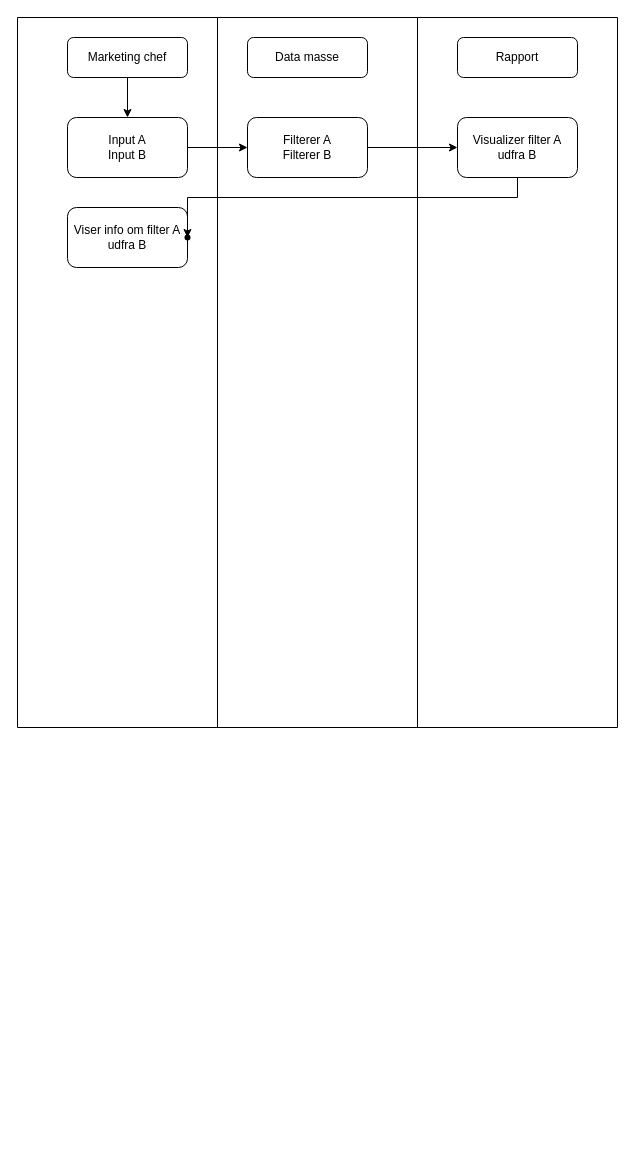
Earlier version of the draw.io diagram Untitled Diagram.drawio (TeisBajs/SoftwareKonstruktion). Source tidied: cells renumbered, new cells numbered last; positions are measured from the earlier drawing's top-left corner, leaving out a move shared by most shapes. Both pictures are drawn from the tidied source at 100%, with x=0, y=0 at pixel (17, 17).
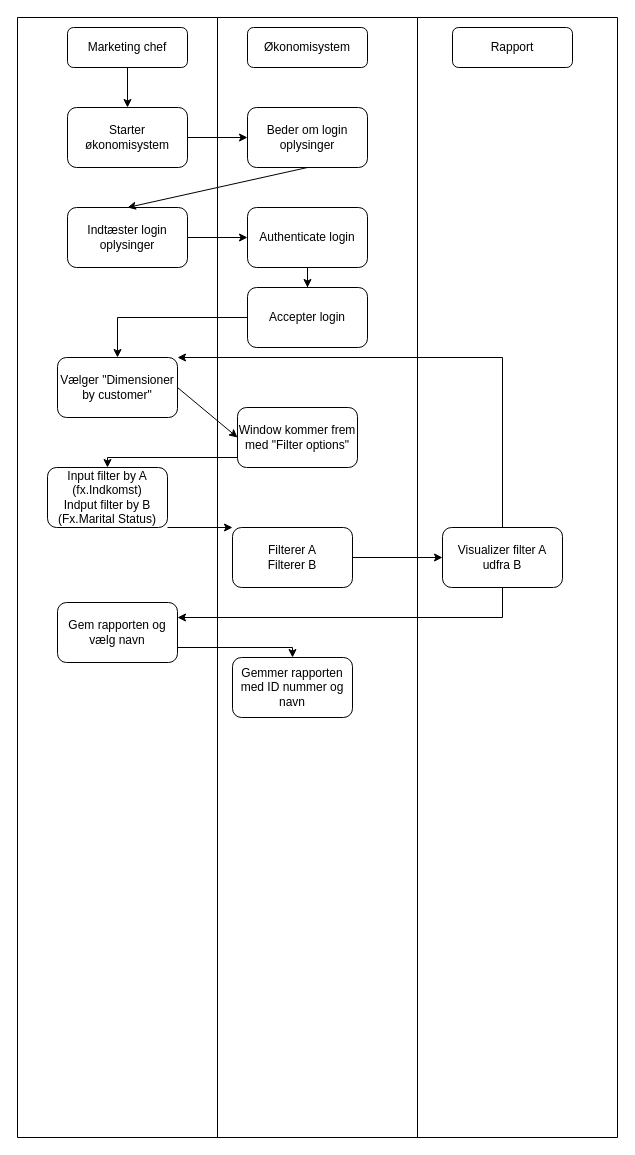
Above is the later version.

The edit, as a diff of the source:
```diff
@@
     <mxCell id="2" style="swimlane;startSize=0;" parent="1" vertex="1">
-      <mxGeometry width="200" height="710" as="geometry" />
+      <mxGeometry width="200" height="1120" as="geometry" />
     </mxCell>
-    <mxCell id="3" style="edgeStyle=orthogonalEdgeStyle;rounded=0;jettySize=auto;html=1;" parent="2" edge="1" source="4" target="5">
-      <mxGeometry relative="1" as="geometry" />
-    </mxCell>
+    <mxCell id="17" style="edgeStyle=orthogonalEdgeStyle;rounded=0;jettySize=auto;html=1;" parent="2" edge="1" source="4" target="18">
+      <mxGeometry relative="1" as="geometry" />
+    </mxCell>
     <mxCell id="4" value="Marketing chef" style="rounded=1;whiteSpace=wrap;html=1;fontSize=12;glass=0;strokeWidth=1;shadow=0;" parent="2" vertex="1">
-      <mxGeometry x="50" y="20" width="120" height="40" as="geometry" />
+      <mxGeometry x="50" y="10" width="120" height="40" as="geometry" />
     </mxCell>
-    <mxCell id="5" value="Input A&lt;br&gt;Input B" style="rounded=1;whiteSpace=wrap;html=1;" parent="2" vertex="1">
-      <mxGeometry x="50" y="100" width="120" height="60" as="geometry" />
+    <mxCell id="5" value="Input filter by A (fx.Indkomst)&lt;br&gt;Indput filter by B (Fx.Marital Status)" style="rounded=1;whiteSpace=wrap;html=1;" parent="2" vertex="1">
+      <mxGeometry x="30" y="450" width="120" height="60" as="geometry" />
     </mxCell>
-    <mxCell id="6" value="Viser info om filter A udfra B" style="rounded=1;whiteSpace=wrap;html=1;" parent="2" vertex="1">
-      <mxGeometry x="50" y="190" width="120" height="60" as="geometry" />
-    </mxCell>
+    <mxCell id="18" value="Starter økonomisystem" style="rounded=1;whiteSpace=wrap;html=1;" parent="2" vertex="1">
+      <mxGeometry x="50" y="90" width="120" height="60" as="geometry" />
+    </mxCell>
+    <mxCell id="19" value="Indtæster login oplysinger" style="rounded=1;whiteSpace=wrap;html=1;" parent="2" vertex="1">
+      <mxGeometry x="50" y="190" width="120" height="60" as="geometry" />
+    </mxCell>
+    <mxCell id="20" value="Vælger &quot;Dimensioner by customer&quot;" style="whiteSpace=wrap;html=1;rounded=1;" parent="2" vertex="1">
+      <mxGeometry x="40" y="340" width="120" height="60" as="geometry" />
+    </mxCell>
+    <mxCell id="21" value="Gem rapporten og vælg navn" style="rounded=1;whiteSpace=wrap;html=1;" parent="2" vertex="1">
+      <mxGeometry x="40" y="585" width="120" height="60" as="geometry" />
+    </mxCell>
     <mxCell id="7" style="swimlane;startSize=0;" parent="1" vertex="1">
-      <mxGeometry x="400" width="200" height="710" as="geometry" />
+      <mxGeometry x="400" width="200" height="1120" as="geometry" />
     </mxCell>
     <mxCell id="8" value="Rapport" style="rounded=1;whiteSpace=wrap;html=1;fontSize=12;glass=0;strokeWidth=1;shadow=0;" parent="7" vertex="1">
-      <mxGeometry x="40" y="20" width="120" height="40" as="geometry" />
+      <mxGeometry x="35" y="10" width="120" height="40" as="geometry" />
     </mxCell>
     <mxCell id="9" value="Visualizer filter A udfra B" style="rounded=1;whiteSpace=wrap;html=1;" parent="7" vertex="1">
-      <mxGeometry x="40" y="100" width="120" height="60" as="geometry" />
+      <mxGeometry x="25" y="510" width="120" height="60" as="geometry" />
     </mxCell>
-    <mxCell id="10" value="Data masse" style="rounded=1;whiteSpace=wrap;html=1;fontSize=12;glass=0;strokeWidth=1;shadow=0;" parent="1" vertex="1">
-      <mxGeometry x="230" y="20" width="120" height="40" as="geometry" />
-    </mxCell>
     <mxCell id="11" style="swimlane;startSize=0;" parent="1" vertex="1">
-      <mxGeometry x="200" width="200" height="710" as="geometry" />
+      <mxGeometry x="200" width="200" height="1120" as="geometry" />
     </mxCell>
     <mxCell id="12" value="Filterer A&lt;br&gt;Filterer B" style="rounded=1;whiteSpace=wrap;html=1;" parent="11" vertex="1">
-      <mxGeometry x="30" y="100" width="120" height="60" as="geometry" />
+      <mxGeometry x="15" y="510" width="120" height="60" as="geometry" />
     </mxCell>
+    <mxCell id="22" value="Beder om login oplysinger" style="rounded=1;whiteSpace=wrap;html=1;" parent="11" vertex="1">
+      <mxGeometry x="30" y="90" width="120" height="60" as="geometry" />
+    </mxCell>
+    <mxCell id="23" value="Authenticate login" style="rounded=1;whiteSpace=wrap;html=1;" parent="11" vertex="1">
+      <mxGeometry x="30" y="190" width="120" height="60" as="geometry" />
+    </mxCell>
+    <mxCell id="10" value="Økonomisystem" style="rounded=1;whiteSpace=wrap;html=1;fontSize=12;glass=0;strokeWidth=1;shadow=0;" parent="11" vertex="1">
+      <mxGeometry x="30" y="10" width="120" height="40" as="geometry" />
+    </mxCell>
+    <mxCell id="24" value="Accepter login" style="whiteSpace=wrap;html=1;rounded=1;" parent="11" vertex="1">
+      <mxGeometry x="30" y="270" width="120" height="60" as="geometry" />
+    </mxCell>
+    <mxCell id="25" style="edgeStyle=orthogonalEdgeStyle;rounded=0;jettySize=auto;html=1;" parent="11" edge="1" source="23" target="24">
+      <mxGeometry relative="1" as="geometry" />
+    </mxCell>
+    <mxCell id="26" value="Window kommer frem med &quot;Filter options&quot;" style="whiteSpace=wrap;html=1;rounded=1;" parent="11" vertex="1">
+      <mxGeometry x="20" y="390" width="120" height="60" as="geometry" />
+    </mxCell>
+    <mxCell id="27" value="Gemmer rapporten med ID nummer og navn" style="rounded=1;whiteSpace=wrap;html=1;" parent="11" vertex="1">
+      <mxGeometry x="15" y="640" width="120" height="60" as="geometry" />
+    </mxCell>
+    <mxCell id="14" style="edgeStyle=orthogonalEdgeStyle;rounded=0;jettySize=auto;html=1;" parent="1" edge="1" source="12" target="9">
+      <mxGeometry relative="1" as="geometry" />
+    </mxCell>
+    <mxCell id="16" style="edgeStyle=orthogonalEdgeStyle;rounded=0;jettySize=auto;html=1;exitX=0.5;exitY=0;exitDx=0;exitDy=0;entryX=1;entryY=0;entryDx=0;entryDy=0;" parent="1" edge="1" source="9" target="20">
+      <mxGeometry relative="1" as="geometry">
+        <Array as="points">
+          <mxPoint x="485" y="340" />
+        </Array>
+      </mxGeometry>
+    </mxCell>
+    <mxCell id="28" style="edgeStyle=orthogonalEdgeStyle;rounded=0;jettySize=auto;html=1;" parent="1" edge="1" source="18" target="22">
+      <mxGeometry relative="1" as="geometry" />
+    </mxCell>
+    <mxCell id="29" style="endArrow=classic;html=1;rounded=0;entryX=0.5;entryY=0;entryDx=0;entryDy=0;exitX=0.5;exitY=1;exitDx=0;exitDy=0;" parent="1" edge="1" source="22" target="19">
+      <mxGeometry relative="1" as="geometry" />
+    </mxCell>
+    <mxCell id="30" style="edgeStyle=orthogonalEdgeStyle;rounded=0;jettySize=auto;html=1;" parent="1" edge="1" source="19" target="23">
+      <mxGeometry relative="1" as="geometry" />
+    </mxCell>
+    <mxCell id="31" style="edgeStyle=orthogonalEdgeStyle;rounded=0;jettySize=auto;html=1;" parent="1" edge="1" source="24" target="20">
+      <mxGeometry relative="1" as="geometry" />
+    </mxCell>
-    <mxCell id="13" style="edgeStyle=orthogonalEdgeStyle;rounded=0;jettySize=auto;html=1;" parent="1" edge="1" source="5" target="12">
+    <mxCell id="13" style="endArrow=classic;html=1;rounded=0;exitX=1;exitY=1;exitDx=0;exitDy=0;entryX=0;entryY=0;entryDx=0;entryDy=0;" parent="1" edge="1" source="5" target="12">
       <mxGeometry relative="1" as="geometry" />
     </mxCell>
-    <mxCell id="14" style="edgeStyle=orthogonalEdgeStyle;rounded=0;jettySize=auto;html=1;" parent="1" edge="1" source="12" target="9">
-      <mxGeometry relative="1" as="geometry" />
-    </mxCell>
-    <mxCell id="15" style="shape=waypoint;size=6;points=[];fillColor=#ffffff;perimeter=centerPerimeter;snapToPoint=1;rounded=1;" parent="1" vertex="1">
-      <mxGeometry x="150" y="200" width="40" height="40" as="geometry" />
-    </mxCell>
-    <mxCell id="16" style="edgeStyle=orthogonalEdgeStyle;rounded=0;jettySize=auto;html=1;entryX=0.444;entryY=0.106;entryDx=0;entryDy=0;entryPerimeter=0;exitX=0.5;exitY=1;exitDx=0;exitDy=0;" parent="1" edge="1" source="9" target="15">
-      <mxGeometry relative="1" as="geometry" />
-    </mxCell>
+    <mxCell id="32" style="endArrow=classic;html=1;rounded=0;entryX=0;entryY=0.5;entryDx=0;entryDy=0;exitX=1;exitY=0.5;exitDx=0;exitDy=0;" parent="1" edge="1" source="20" target="26">
+      <mxGeometry relative="1" as="geometry" />
+    </mxCell>
+    <mxCell id="33" style="edgeStyle=orthogonalEdgeStyle;rounded=0;jettySize=auto;html=1;entryX=0.5;entryY=0;entryDx=0;entryDy=0;" parent="1" edge="1" source="26" target="5">
+      <mxGeometry relative="1" as="geometry">
+        <Array as="points">
+          <mxPoint x="90" y="440" />
+        </Array>
+      </mxGeometry>
+    </mxCell>
+    <mxCell id="34" style="edgeStyle=orthogonalEdgeStyle;rounded=0;jettySize=auto;html=1;" parent="1" edge="1" source="9">
+      <mxGeometry relative="1" as="geometry">
+        <mxPoint x="160" y="600" as="targetPoint" />
+        <Array as="points">
+          <mxPoint x="485" y="600" />
+          <mxPoint x="160" y="600" />
+        </Array>
+      </mxGeometry>
+    </mxCell>
+    <mxCell id="35" style="edgeStyle=orthogonalEdgeStyle;rounded=0;jettySize=auto;html=1;" parent="1" edge="1" target="27">
+      <mxGeometry relative="1" as="geometry">
+        <mxPoint x="160" y="630" as="sourcePoint" />
+        <Array as="points">
+          <mxPoint x="275" y="630" />
+        </Array>
+      </mxGeometry>
+    </mxCell>
```
